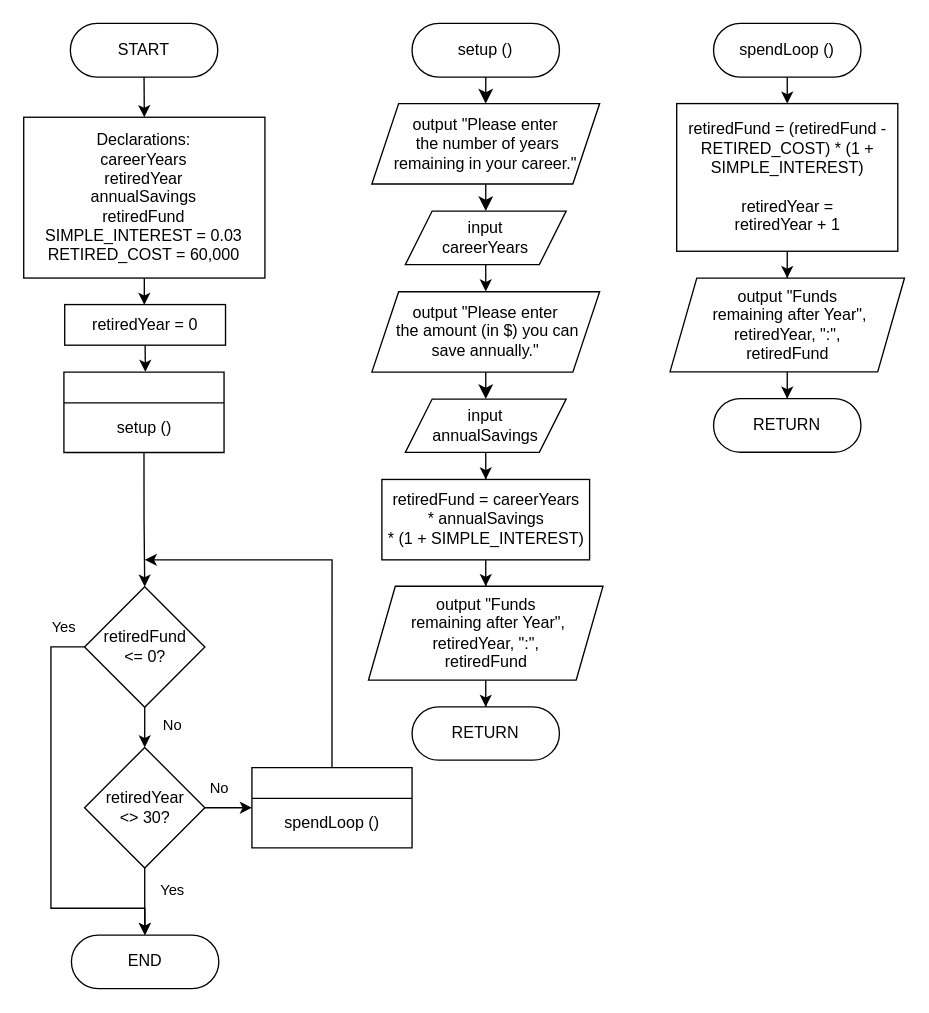
The draw.io diagram Module 7 - Effective Decision Loops 2 - Connor Bowles.drawio in CBowles10/SDEV_120_FALL2025_CBOWLES, before the edit. Source tidied: cells renumbered, new cells numbered last; positions are measured from the earlier drawing's top-left corner, leaving out a move shared by most shapes. Both pictures are drawn from the tidied source at 134%, with x=0, y=0 at pixel (23, 23).
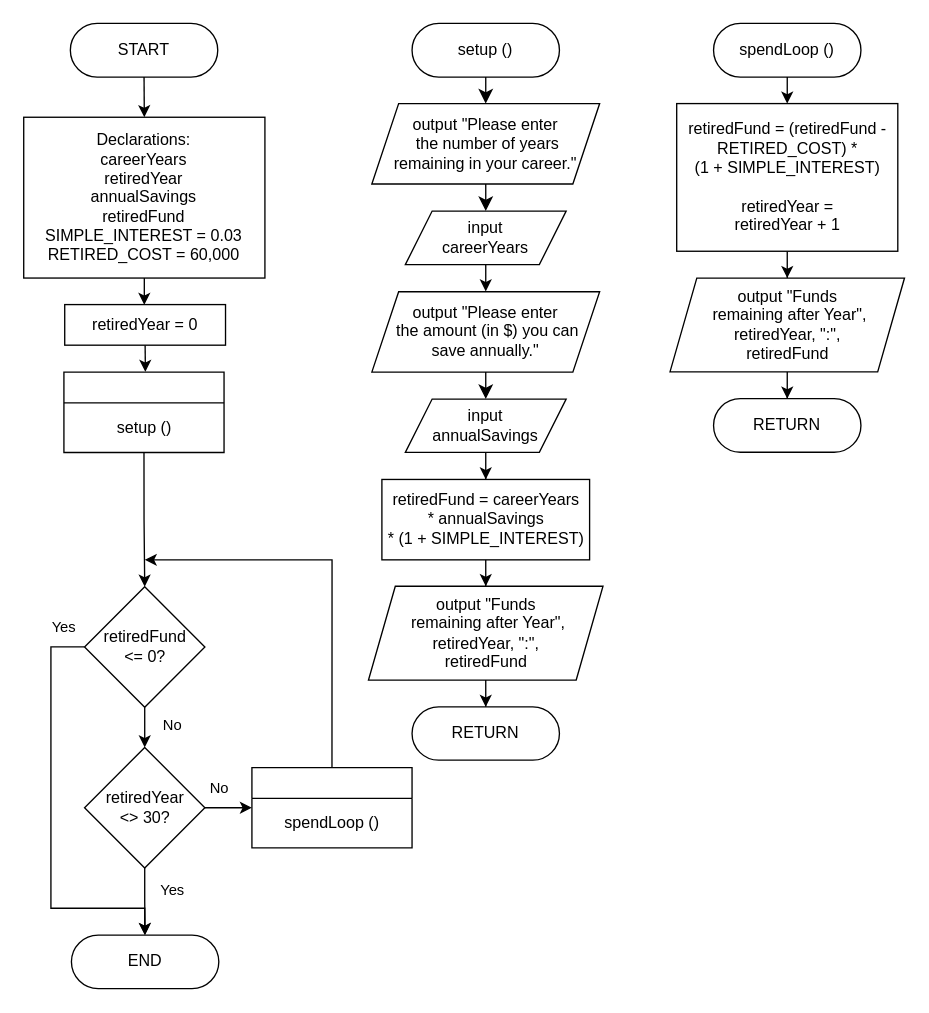
The same page after the edit.

The edit, as a diff of the source:
```diff
@@
-    <mxCell id="30" value="retiredFund = (retiredFund - RETIRED_COST) * (1 + SIMPLE_INTEREST)&lt;br&gt;&lt;br&gt;retiredYear =&lt;br&gt;retiredYear + 1" style="rounded=0;whiteSpace=wrap;html=1;" parent="1" vertex="1">
+    <mxCell id="30" value="retiredFund = (retiredFund - RETIRED_COST) *&lt;br&gt;(1 + SIMPLE_INTEREST)&lt;br&gt;&lt;br&gt;retiredYear =&lt;br&gt;retiredYear + 1" style="rounded=0;whiteSpace=wrap;html=1;" parent="1" vertex="1">
       <mxGeometry x="487.5" y="59.8" width="165" height="110.2" as="geometry" />
     </mxCell>
```
